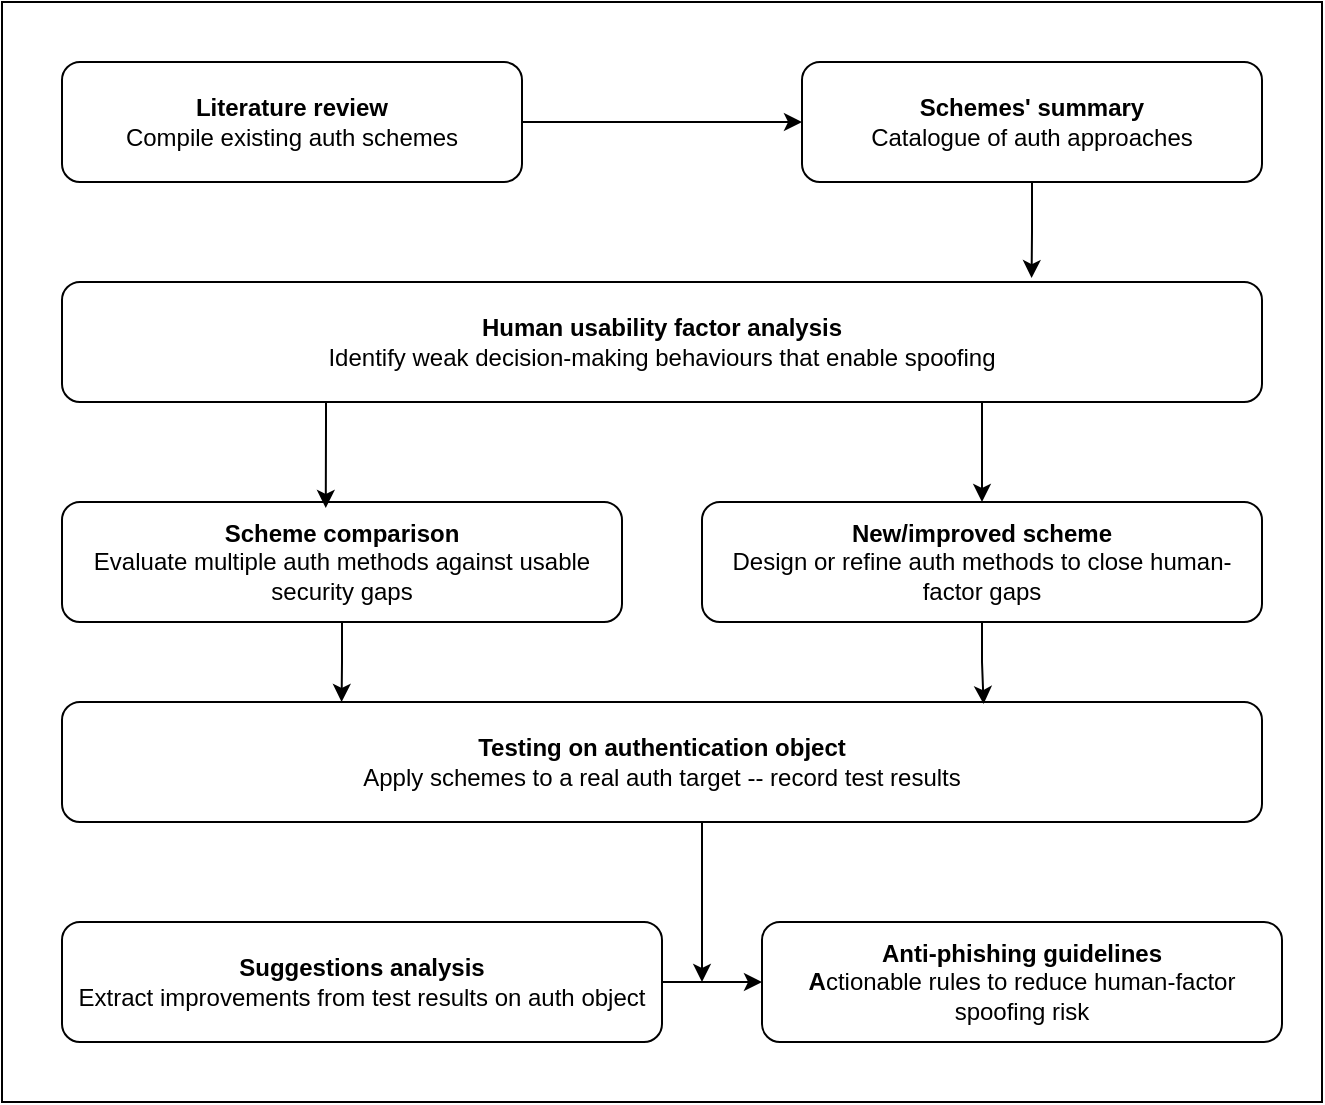
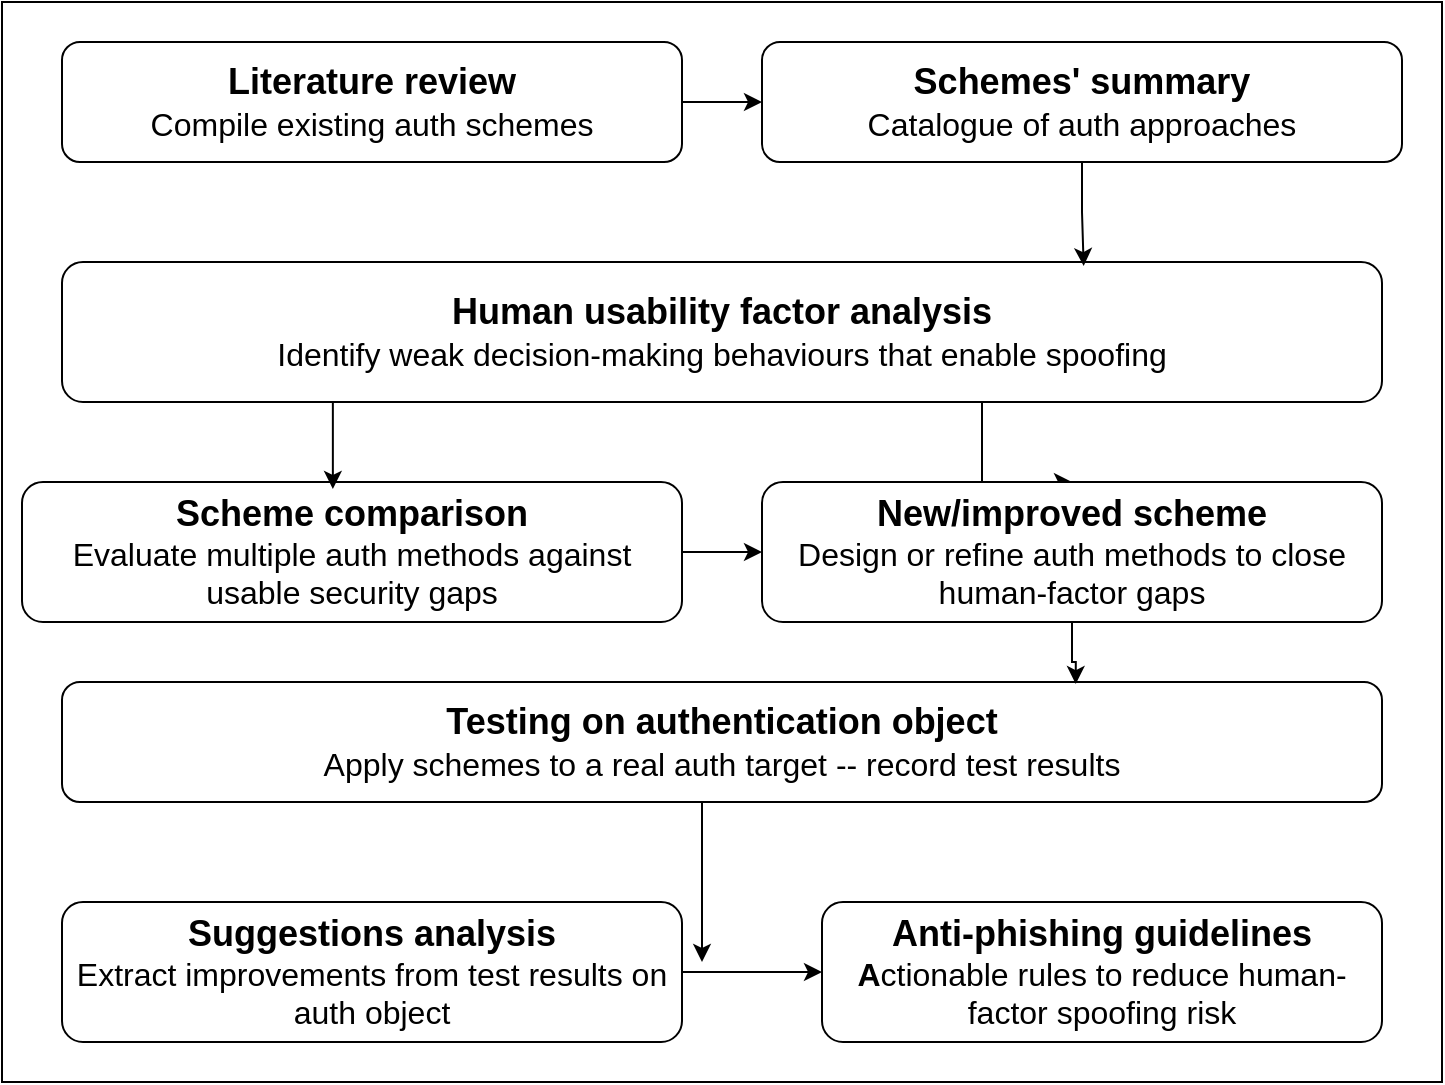
<mxfile host="app.diagrams.net">
  <diagram name="Page-1" id="fEPXtIItUxDDHKbCxnxS">
    <mxGraphModel dx="1414" dy="897" grid="1" gridSize="10" guides="1" tooltips="1" connect="1" arrows="1" fold="1" page="1" pageScale="1" pageWidth="850" pageHeight="1100" math="0" shadow="0">
      <root>
        <mxCell id="0" />
        <mxCell id="1" parent="0" />
        <mxCell id="ifuXSFKZKQ3-LNJSYQZK-1" parent="1" style="rounded=0;whiteSpace=wrap;html=1;" value="" vertex="1">
-           <mxGeometry height="550" width="660" x="80" y="100" as="geometry" />
+           <mxGeometry height="540" width="720" x="80" y="110" as="geometry" />
        </mxCell>
        <mxCell id="g7sR5BpMYF92y9t7T4uF-4" edge="1" parent="1" source="g7sR5BpMYF92y9t7T4uF-2" style="edgeStyle=orthogonalEdgeStyle;rounded=0;orthogonalLoop=1;jettySize=auto;html=1;exitX=1;exitY=0.5;exitDx=0;exitDy=0;" target="g7sR5BpMYF92y9t7T4uF-3">
          <mxGeometry relative="1" as="geometry" />
        </mxCell>
-         <mxCell id="g7sR5BpMYF92y9t7T4uF-2" parent="1" style="rounded=1;whiteSpace=wrap;html=1;" value="&lt;b&gt;Literature review&lt;/b&gt;&lt;div&gt;Compile existing auth schemes&lt;/div&gt;" vertex="1">
-           <mxGeometry height="60" width="230" x="110" y="130" as="geometry" />
+         <mxCell id="g7sR5BpMYF92y9t7T4uF-2" parent="1" style="rounded=1;whiteSpace=wrap;html=1;" value="&lt;b&gt;&lt;font style=&quot;font-size: 18px;&quot;&gt;Literature review&lt;/font&gt;&lt;/b&gt;&lt;div&gt;&lt;font size=&quot;3&quot;&gt;Compile existing auth schemes&lt;/font&gt;&lt;/div&gt;" vertex="1">
+           <mxGeometry height="60" width="310" x="110" y="130" as="geometry" />
        </mxCell>
-         <mxCell id="g7sR5BpMYF92y9t7T4uF-3" parent="1" style="rounded=1;whiteSpace=wrap;html=1;" value="&lt;div&gt;&lt;b&gt;Schemes&#39; summary&lt;/b&gt;&lt;/div&gt;&lt;div&gt;Catalogue of auth approaches&lt;/div&gt;" vertex="1">
-           <mxGeometry height="60" width="230" x="480" y="130" as="geometry" />
+         <mxCell id="g7sR5BpMYF92y9t7T4uF-3" parent="1" style="rounded=1;whiteSpace=wrap;html=1;" value="&lt;div&gt;&lt;b&gt;&lt;font style=&quot;font-size: 18px;&quot;&gt;Schemes&#39; summary&lt;/font&gt;&lt;/b&gt;&lt;/div&gt;&lt;div&gt;&lt;font size=&quot;3&quot;&gt;Catalogue of auth approaches&lt;/font&gt;&lt;/div&gt;" vertex="1">
+           <mxGeometry height="60" width="320" x="460" y="130" as="geometry" />
        </mxCell>
        <mxCell id="g7sR5BpMYF92y9t7T4uF-10" edge="1" parent="1" source="g7sR5BpMYF92y9t7T4uF-5" style="edgeStyle=orthogonalEdgeStyle;rounded=0;orthogonalLoop=1;jettySize=auto;html=1;entryX=0.5;entryY=0;entryDx=0;entryDy=0;" target="g7sR5BpMYF92y9t7T4uF-8">
          <mxGeometry relative="1" as="geometry">
            <Array as="points">
              <mxPoint x="570" y="320" />
              <mxPoint x="570" y="320" />
            </Array>
          </mxGeometry>
        </mxCell>
-         <mxCell id="g7sR5BpMYF92y9t7T4uF-5" parent="1" style="rounded=1;whiteSpace=wrap;html=1;" value="&lt;b&gt;Human usability factor analysis&lt;/b&gt;&lt;div&gt;Identify weak decision-making behaviours that enable spoofing&lt;/div&gt;" vertex="1">
-           <mxGeometry height="60" width="600" x="110" y="240" as="geometry" />
+         <mxCell id="g7sR5BpMYF92y9t7T4uF-5" parent="1" style="rounded=1;whiteSpace=wrap;html=1;" value="&lt;b&gt;&lt;font style=&quot;font-size: 18px;&quot;&gt;Human usability factor analysis&lt;/font&gt;&lt;/b&gt;&lt;div&gt;&lt;font size=&quot;3&quot;&gt;Identify weak decision-making behaviours that enable spoofing&lt;/font&gt;&lt;/div&gt;" vertex="1">
+           <mxGeometry height="70" width="660" x="110" y="240" as="geometry" />
        </mxCell>
-         <mxCell id="g7sR5BpMYF92y9t7T4uF-6" edge="1" parent="1" source="g7sR5BpMYF92y9t7T4uF-3" style="edgeStyle=orthogonalEdgeStyle;rounded=0;orthogonalLoop=1;jettySize=auto;html=1;entryX=0.808;entryY=-0.033;entryDx=0;entryDy=0;entryPerimeter=0;" target="g7sR5BpMYF92y9t7T4uF-5">
+         <mxCell id="sj56_2wxmPPFWr87vKHw-1" edge="1" parent="1" source="g7sR5BpMYF92y9t7T4uF-7" style="edgeStyle=orthogonalEdgeStyle;rounded=0;orthogonalLoop=1;jettySize=auto;html=1;" target="g7sR5BpMYF92y9t7T4uF-8">
          <mxGeometry relative="1" as="geometry" />
        </mxCell>
-         <mxCell id="g7sR5BpMYF92y9t7T4uF-7" parent="1" style="rounded=1;whiteSpace=wrap;html=1;" value="&lt;b&gt;Scheme comparison&lt;/b&gt;&lt;div&gt;Evaluate multiple auth methods against usable security gaps&lt;/div&gt;" vertex="1">
-           <mxGeometry height="60" width="280" x="110" y="350" as="geometry" />
+         <mxCell id="g7sR5BpMYF92y9t7T4uF-7" parent="1" style="rounded=1;whiteSpace=wrap;html=1;" value="&lt;b&gt;&lt;font style=&quot;font-size: 18px;&quot;&gt;Scheme comparison&lt;/font&gt;&lt;/b&gt;&lt;div&gt;&lt;font size=&quot;3&quot;&gt;Evaluate multiple auth methods against usable security gaps&lt;/font&gt;&lt;/div&gt;" vertex="1">
+           <mxGeometry height="70" width="330" x="90" y="350" as="geometry" />
        </mxCell>
-         <mxCell id="g7sR5BpMYF92y9t7T4uF-8" parent="1" style="rounded=1;whiteSpace=wrap;html=1;" value="&lt;b&gt;New/improved scheme&lt;/b&gt;&lt;div&gt;Design or refine auth methods to close human-factor gaps&lt;/div&gt;" vertex="1">
-           <mxGeometry height="60" width="280" x="430" y="350" as="geometry" />
+         <mxCell id="g7sR5BpMYF92y9t7T4uF-8" parent="1" style="rounded=1;whiteSpace=wrap;html=1;" value="&lt;b&gt;&lt;font style=&quot;font-size: 18px;&quot;&gt;New/improved scheme&lt;/font&gt;&lt;/b&gt;&lt;div&gt;&lt;font size=&quot;3&quot;&gt;Design or refine auth methods to close human-factor gaps&lt;/font&gt;&lt;/div&gt;" vertex="1">
+           <mxGeometry height="70" width="310" x="460" y="350" as="geometry" />
        </mxCell>
        <mxCell id="g7sR5BpMYF92y9t7T4uF-9" edge="1" parent="1" source="g7sR5BpMYF92y9t7T4uF-5" style="edgeStyle=orthogonalEdgeStyle;rounded=0;orthogonalLoop=1;jettySize=auto;html=1;entryX=0.471;entryY=0.05;entryDx=0;entryDy=0;entryPerimeter=0;" target="g7sR5BpMYF92y9t7T4uF-7">
          <mxGeometry relative="1" as="geometry">
            <Array as="points">
              <mxPoint x="242" y="310" />
              <mxPoint x="242" y="310" />
            </Array>
          </mxGeometry>
        </mxCell>
        <mxCell id="g7sR5BpMYF92y9t7T4uF-18" edge="1" parent="1" source="g7sR5BpMYF92y9t7T4uF-11" style="edgeStyle=orthogonalEdgeStyle;rounded=0;orthogonalLoop=1;jettySize=auto;html=1;">
          <mxGeometry relative="1" as="geometry">
            <Array as="points">
              <mxPoint x="430" y="530" />
              <mxPoint x="430" y="530" />
            </Array>
            <mxPoint x="430" y="590" as="targetPoint" />
          </mxGeometry>
        </mxCell>
-         <mxCell id="g7sR5BpMYF92y9t7T4uF-11" parent="1" style="rounded=1;whiteSpace=wrap;html=1;" value="&lt;b&gt;Testing on authentication object&lt;/b&gt;&lt;div&gt;Apply schemes to a real auth target -- record test results&lt;/div&gt;" vertex="1">
-           <mxGeometry height="60" width="600" x="110" y="450" as="geometry" />
+         <mxCell id="g7sR5BpMYF92y9t7T4uF-11" parent="1" style="rounded=1;whiteSpace=wrap;html=1;" value="&lt;b&gt;&lt;font style=&quot;font-size: 18px;&quot;&gt;Testing on authentication object&lt;/font&gt;&lt;/b&gt;&lt;div&gt;&lt;font size=&quot;3&quot;&gt;Apply schemes to a real auth target -- record test results&lt;/font&gt;&lt;/div&gt;" vertex="1">
+           <mxGeometry height="60" width="660" x="110" y="450" as="geometry" />
        </mxCell>
        <mxCell id="g7sR5BpMYF92y9t7T4uF-17" edge="1" parent="1" source="g7sR5BpMYF92y9t7T4uF-13" style="edgeStyle=orthogonalEdgeStyle;rounded=0;orthogonalLoop=1;jettySize=auto;html=1;" target="g7sR5BpMYF92y9t7T4uF-14" value="">
          <mxGeometry relative="1" as="geometry" />
        </mxCell>
-         <mxCell id="g7sR5BpMYF92y9t7T4uF-13" parent="1" style="rounded=1;whiteSpace=wrap;html=1;" value="&lt;b&gt;Suggestions analysis&lt;/b&gt;&lt;div&gt;Extract improvements from test results on auth object&lt;/div&gt;" vertex="1">
-           <mxGeometry height="60" width="300" x="110" y="560" as="geometry" />
+         <mxCell id="g7sR5BpMYF92y9t7T4uF-13" parent="1" style="rounded=1;whiteSpace=wrap;html=1;" value="&lt;b&gt;&lt;font style=&quot;font-size: 18px;&quot;&gt;Suggestions analysis&lt;/font&gt;&lt;/b&gt;&lt;div&gt;&lt;font size=&quot;3&quot;&gt;Extract improvements from test results on auth object&lt;/font&gt;&lt;/div&gt;" vertex="1">
+           <mxGeometry height="70" width="310" x="110" y="560" as="geometry" />
        </mxCell>
-         <mxCell id="g7sR5BpMYF92y9t7T4uF-14" parent="1" style="rounded=1;whiteSpace=wrap;html=1;" value="&lt;b&gt;Anti-phishing guidelines&lt;/b&gt;&lt;div&gt;&lt;b&gt;A&lt;/b&gt;ctionable rules to reduce human-factor spoofing risk&lt;/div&gt;" vertex="1">
-           <mxGeometry height="60" width="260" x="460" y="560" as="geometry" />
+         <mxCell id="g7sR5BpMYF92y9t7T4uF-14" parent="1" style="rounded=1;whiteSpace=wrap;html=1;" value="&lt;b&gt;&lt;font style=&quot;font-size: 18px;&quot;&gt;Anti-phishing guidelines&lt;/font&gt;&lt;/b&gt;&lt;div&gt;&lt;font size=&quot;3&quot;&gt;&lt;b&gt;A&lt;/b&gt;ctionable rules to reduce human-factor spoofing risk&lt;/font&gt;&lt;/div&gt;" vertex="1">
+           <mxGeometry height="70" width="280" x="490" y="560" as="geometry" />
        </mxCell>
        <mxCell id="g7sR5BpMYF92y9t7T4uF-21" edge="1" parent="1" source="g7sR5BpMYF92y9t7T4uF-8" style="edgeStyle=orthogonalEdgeStyle;rounded=0;orthogonalLoop=1;jettySize=auto;html=1;entryX=0.768;entryY=0.017;entryDx=0;entryDy=0;entryPerimeter=0;" target="g7sR5BpMYF92y9t7T4uF-11">
          <mxGeometry relative="1" as="geometry" />
        </mxCell>
-         <mxCell id="g7sR5BpMYF92y9t7T4uF-22" edge="1" parent="1" source="g7sR5BpMYF92y9t7T4uF-7" style="edgeStyle=orthogonalEdgeStyle;rounded=0;orthogonalLoop=1;jettySize=auto;html=1;entryX=0.233;entryY=0;entryDx=0;entryDy=0;entryPerimeter=0;" target="g7sR5BpMYF92y9t7T4uF-11">
+         <mxCell id="sj56_2wxmPPFWr87vKHw-2" edge="1" parent="1" source="g7sR5BpMYF92y9t7T4uF-3" style="edgeStyle=orthogonalEdgeStyle;rounded=0;orthogonalLoop=1;jettySize=auto;html=1;entryX=0.774;entryY=0.029;entryDx=0;entryDy=0;entryPerimeter=0;" target="g7sR5BpMYF92y9t7T4uF-5">
          <mxGeometry relative="1" as="geometry" />
        </mxCell>
      </root>
    </mxGraphModel>
  </diagram>
</mxfile>
